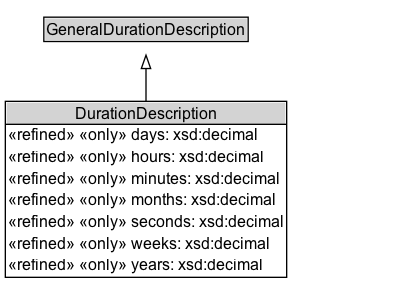
Earlier version of the Graphviz export docs/diagrams/DurationDescription.dot.png (ISO-TC204/ontology-import-time). Its source is kept beside it as docs/diagrams/DurationDescription.dot. Source of this version:
```dot
digraph {
	graph [overlap=false rankdir=TB splines=true]
	node [fontname=Arial fontsize=12 margin=0 shape=none]
	edge [fontname=Arial fontsize=11]
	{
		rank=max
		DurationDescription [label=<<TABLE BORDER="1" CELLBORDER="0" CELLSPACING="0" CELLPADDING="1"><TR><TD BGCOLOR="lightgray" ALIGN="CENTER" PORT="e">DurationDescription</TD></TR><HR/><TR><TD ALIGN="LEFT">«refined» «only» days: xsd:decimal</TD></TR><TR><TD ALIGN="LEFT">«refined» «only» hours: xsd:decimal</TD></TR><TR><TD ALIGN="LEFT">«refined» «only» minutes: xsd:decimal</TD></TR><TR><TD ALIGN="LEFT">«refined» «only» months: xsd:decimal</TD></TR><TR><TD ALIGN="LEFT">«refined» «only» seconds: xsd:decimal</TD></TR><TR><TD ALIGN="LEFT">«refined» «only» weeks: xsd:decimal</TD></TR><TR><TD ALIGN="LEFT">«refined» «only» years: xsd:decimal</TD></TR></TABLE>> URL="../DurationDescription" margin=0]
	}
	subgraph cluster_associated {
		label="" style=invis
		Invis [label=<<TABLE BORDER="0" CELLBORDER="0" CELLSPACING="0" CELLPADDING="1"><TR><TD></TD></TR></TABLE>> margin=0 style=invis]
	}
	GeneralDurationDescription [label=<<TABLE BORDER="1" CELLBORDER="0" CELLSPACING="0" CELLPADDING="1"><TR><TD BGCOLOR="lightgray" ALIGN="CENTER">GeneralDurationDescription</TD></TR></TABLE>> URL="../GeneralDurationDescription" margin=0]
	DurationDescription -> GeneralDurationDescription [arrowhead=onormal style=solid]
}
```
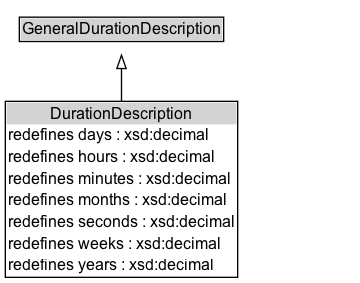
After the change.

Change to the diagram source:
```diff
@@ -3,13 +3,16 @@
 	node [fontname=Arial fontsize=12 margin=0 shape=none]
 	edge [fontname=Arial fontsize=11]
 	{
+		rank=source
+		GeneralDurationDescription [label=<<TABLE BORDER="1" CELLBORDER="0" CELLSPACING="0" CELLPADDING="1"><TR><TD BGCOLOR="lightgray" ALIGN="CENTER">GeneralDurationDescription</TD></TR></TABLE>> URL="../GeneralDurationDescription" margin=0]
+	}
+	DurationDescription [label=<<TABLE BORDER="1" CELLBORDER="0" CELLSPACING="0" CELLPADDING="1"><TR><TD BGCOLOR="lightgray" ALIGN="CENTER">DurationDescription</TD></TR><TR><TD ALIGN="LEFT">redefines days : xsd:decimal</TD></TR><TR><TD ALIGN="LEFT">redefines hours : xsd:decimal</TD></TR><TR><TD ALIGN="LEFT">redefines minutes : xsd:decimal</TD></TR><TR><TD ALIGN="LEFT">redefines months : xsd:decimal</TD></TR><TR><TD ALIGN="LEFT">redefines seconds : xsd:decimal</TD></TR><TR><TD ALIGN="LEFT">redefines weeks : xsd:decimal</TD></TR><TR><TD ALIGN="LEFT">redefines years : xsd:decimal</TD></TR></TABLE>> URL="../DurationDescription" margin=0]
+	{
 		rank=max
-		DurationDescription [label=<<TABLE BORDER="1" CELLBORDER="0" CELLSPACING="0" CELLPADDING="1"><TR><TD BGCOLOR="lightgray" ALIGN="CENTER" PORT="e">DurationDescription</TD></TR><HR/><TR><TD ALIGN="LEFT">«refined» «only» days: xsd:decimal</TD></TR><TR><TD ALIGN="LEFT">«refined» «only» hours: xsd:decimal</TD></TR><TR><TD ALIGN="LEFT">«refined» «only» minutes: xsd:decimal</TD></TR><TR><TD ALIGN="LEFT">«refined» «only» months: xsd:decimal</TD></TR><TR><TD ALIGN="LEFT">«refined» «only» seconds: xsd:decimal</TD></TR><TR><TD ALIGN="LEFT">«refined» «only» weeks: xsd:decimal</TD></TR><TR><TD ALIGN="LEFT">«refined» «only» years: xsd:decimal</TD></TR></TABLE>> URL="../DurationDescription" margin=0]
 	}
 	subgraph cluster_associated {
 		label="" style=invis
 		Invis [label=<<TABLE BORDER="0" CELLBORDER="0" CELLSPACING="0" CELLPADDING="1"><TR><TD></TD></TR></TABLE>> margin=0 style=invis]
 	}
-	GeneralDurationDescription [label=<<TABLE BORDER="1" CELLBORDER="0" CELLSPACING="0" CELLPADDING="1"><TR><TD BGCOLOR="lightgray" ALIGN="CENTER">GeneralDurationDescription</TD></TR></TABLE>> URL="../GeneralDurationDescription" margin=0]
 	DurationDescription -> GeneralDurationDescription [arrowhead=onormal style=solid]
 }
```
